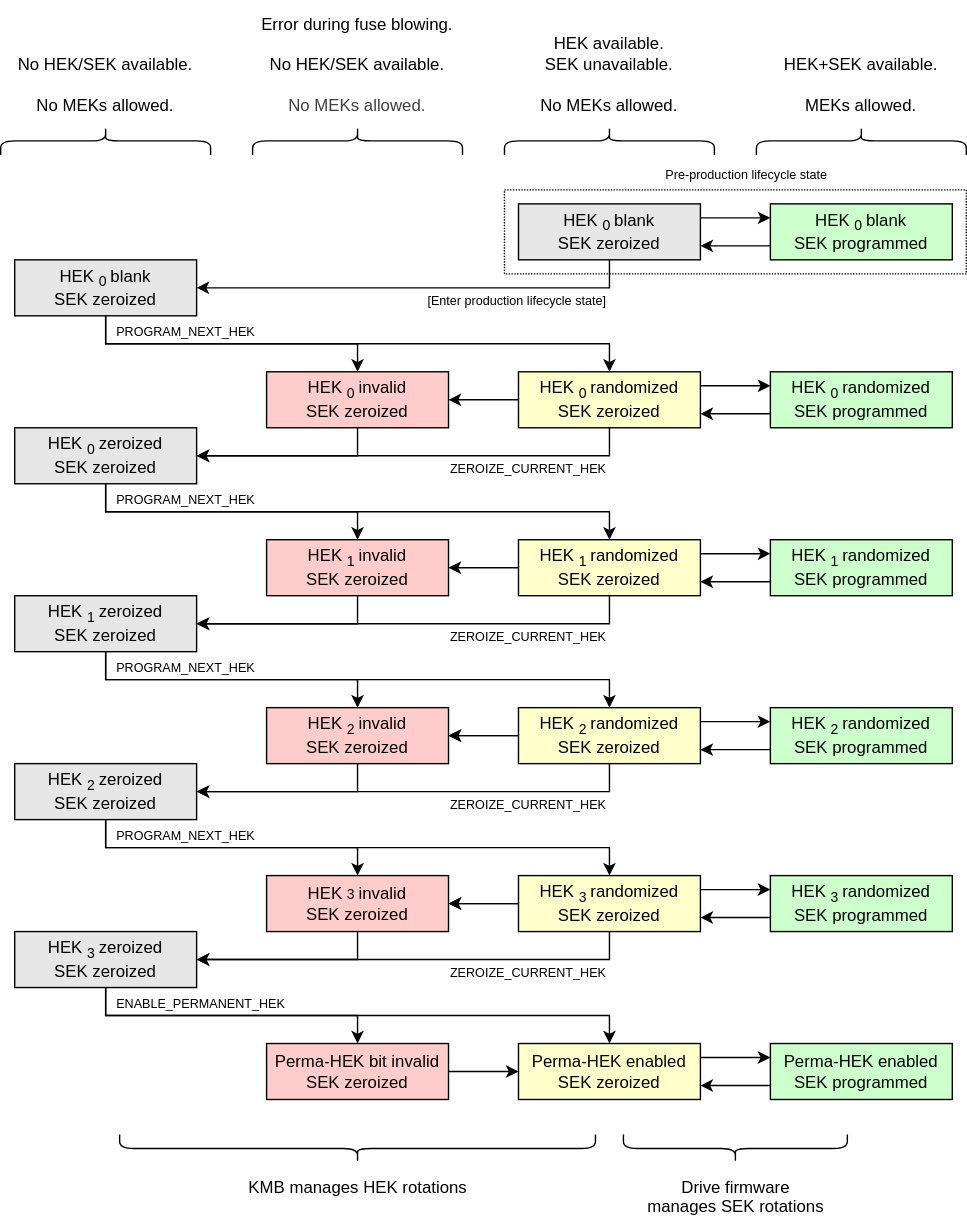
chipsalliance/Caliptra keeps this draw.io diagram as doc/ocp_lock/diagrams/hek_sek_rotation.drawio.svg. Above is the earlier version. Source tidied: cells renumbered, new cells last; positions are measured from the earlier drawing's top-left corner, leaving out a move shared by most shapes.
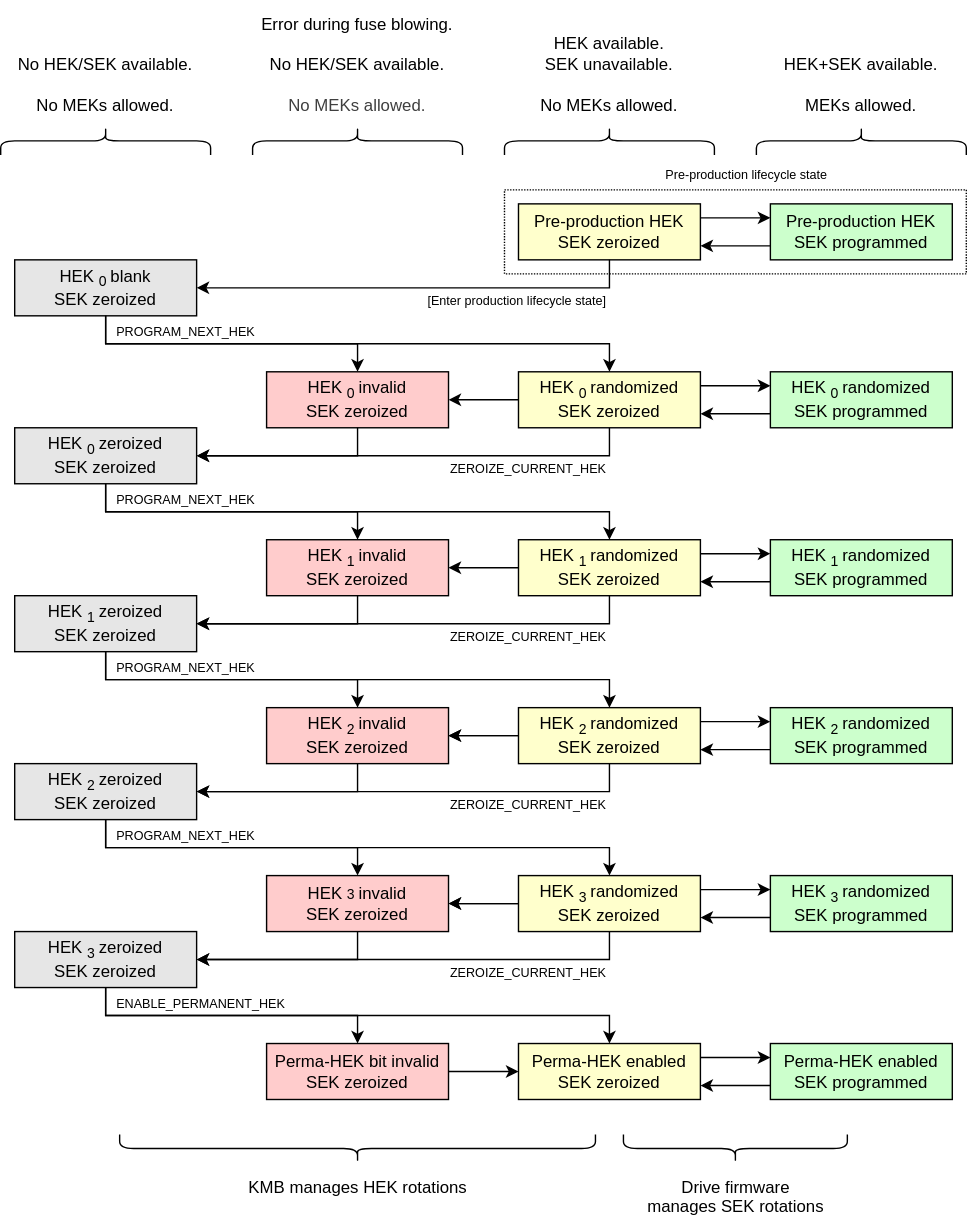
The same diagram one commit later.

Diff of the diagram source:
```diff
@@ -270,10 +270,10 @@
     <mxCell id="78" value="ZEROIZE_CURRENT_HEK" style="rounded=0;whiteSpace=wrap;html=1;fillColor=none;dashed=1;strokeColor=none;horizontal=1;verticalAlign=middle;dashPattern=1 2;spacingBottom=0;fontSize=9;align=right;" parent="1" vertex="1">
       <mxGeometry x="297" y="685" width="138" height="20" as="geometry" />
     </mxCell>
-    <mxCell id="79" value="&lt;div&gt;&lt;font color=&quot;#000000&quot;&gt;HEK&lt;sub&gt;0&lt;/sub&gt;&amp;nbsp;&lt;/font&gt;&lt;span style=&quot;color: rgb(0, 0, 0); background-color: transparent;&quot;&gt;blank&lt;/span&gt;&lt;/div&gt;&lt;div&gt;&lt;font color=&quot;#000000&quot;&gt;SEK&amp;nbsp;&lt;span style=&quot;color: rgb(0, 0, 0);&quot;&gt;zeroized&lt;/span&gt;&lt;/font&gt;&lt;span style=&quot;background-color: transparent;&quot;&gt;&amp;nbsp;&lt;/span&gt;&lt;/div&gt;" style="rounded=0;whiteSpace=wrap;html=1;align=center;verticalAlign=middle;shadow=0;glass=0;spacingLeft=0;spacingBottom=0;spacingTop=0;fillColor=#E6E6E6;" parent="1" vertex="1">
+    <mxCell id="79" value="&lt;div&gt;&lt;font color=&quot;#000000&quot;&gt;Pre-production HEK&lt;/font&gt;&lt;/div&gt;&lt;div&gt;&lt;font color=&quot;#000000&quot;&gt;SEK&amp;nbsp;&lt;span style=&quot;color: rgb(0, 0, 0);&quot;&gt;zeroized&lt;/span&gt;&lt;/font&gt;&lt;span style=&quot;background-color: transparent;&quot;&gt;&amp;nbsp;&lt;/span&gt;&lt;/div&gt;" style="rounded=0;whiteSpace=wrap;html=1;align=center;verticalAlign=middle;shadow=0;glass=0;spacingLeft=0;spacingBottom=0;spacingTop=0;fillColor=#FFFFCC;" parent="1" vertex="1">
       <mxGeometry x="370" y="145" width="130" height="40" as="geometry" />
     </mxCell>
-    <mxCell id="80" value="&lt;div&gt;&lt;font color=&quot;#000000&quot;&gt;HEK&lt;sub&gt;0&lt;/sub&gt;&amp;nbsp;blank&lt;/font&gt;&lt;/div&gt;&lt;div&gt;&lt;font color=&quot;#000000&quot;&gt;SEK programmed&lt;/font&gt;&lt;/div&gt;" style="rounded=0;whiteSpace=wrap;html=1;align=center;verticalAlign=middle;shadow=0;glass=0;spacingLeft=0;spacingBottom=0;spacingTop=0;fillColor=#CCFFCC;" parent="1" vertex="1">
+    <mxCell id="80" value="&lt;div&gt;&lt;span style=&quot;color: rgb(0, 0, 0);&quot;&gt;Pre-production HEK&lt;/span&gt;&lt;/div&gt;&lt;div&gt;&lt;font color=&quot;#000000&quot;&gt;SEK programmed&lt;/font&gt;&lt;/div&gt;" style="rounded=0;whiteSpace=wrap;html=1;align=center;verticalAlign=middle;shadow=0;glass=0;spacingLeft=0;spacingBottom=0;spacingTop=0;fillColor=#CCFFCC;" parent="1" vertex="1">
       <mxGeometry x="550" y="145" width="130" height="40" as="geometry" />
     </mxCell>
     <mxCell id="81" style="endArrow=classic;html=1;exitX=1;exitY=0.25;exitDx=0;exitDy=0;entryX=0;entryY=0.25;entryDx=0;entryDy=0;startSize=6;endSize=6;" parent="1" edge="1" source="79" target="80">
```
